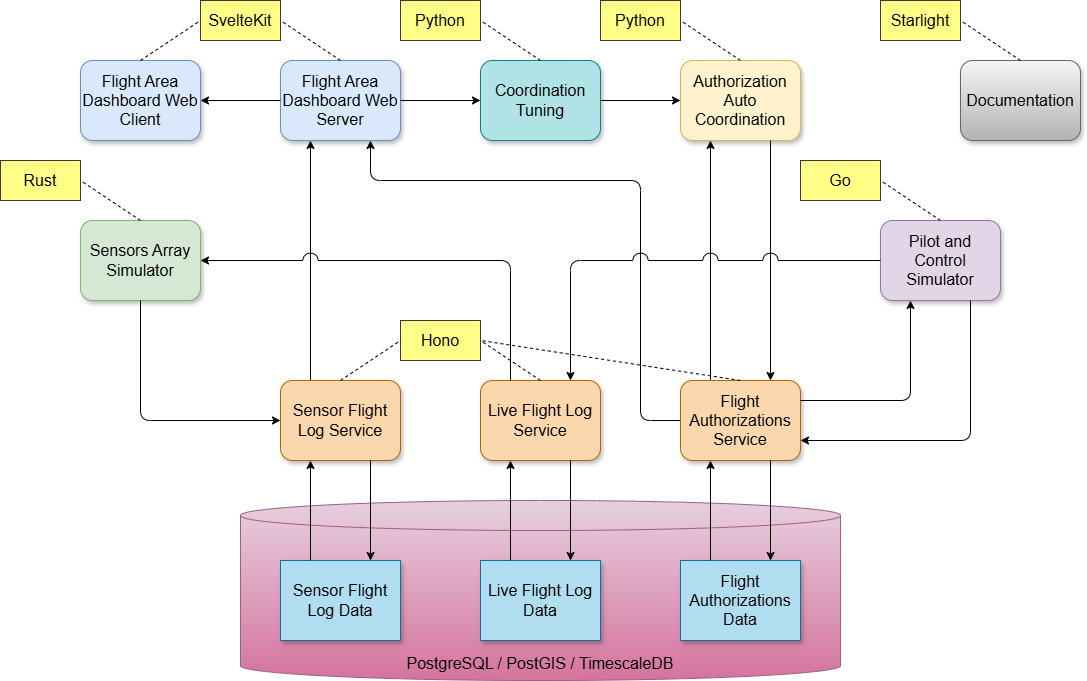
This is documentation/public/images/utmimic-architecture-Overview.drawio.png from martin-nordberg/utmimic, a draw.io export, as it was before one commit. Source tidied: cells renumbered, new cells last; positions are measured from the earlier drawing's top-left corner, leaving out a move shared by most shapes.
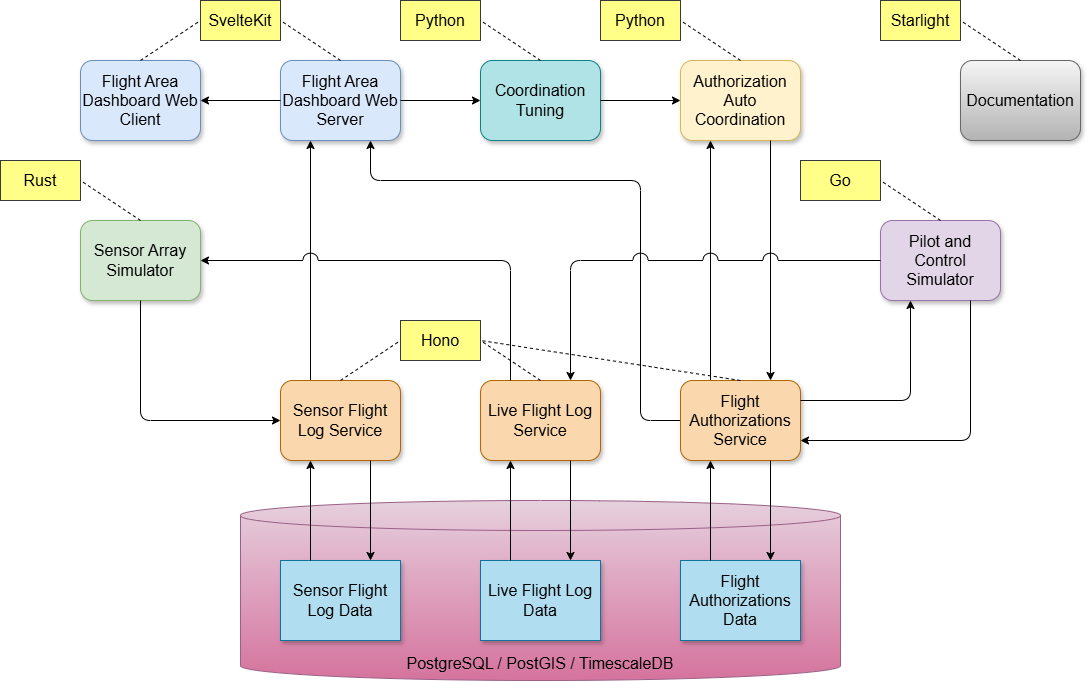
Later version of the same file.

Commit message:
Add sensor array simulator spec

Diff of the diagram source:
```diff
@@ -80,7 +80,7 @@
     <mxCell id="25" style="endArrow=classic;html=1;rounded=0;exitX=0.25;exitY=0;exitDx=0;exitDy=0;entryX=0.25;entryY=1;entryDx=0;entryDy=0;" parent="1" edge="1" source="6" target="23">
       <mxGeometry relative="1" as="geometry" />
     </mxCell>
-    <mxCell id="26" value="Sensors Array Simulator" style="rounded=1;whiteSpace=wrap;html=1;fontSize=16;fillColor=#d5e8d4;strokeColor=#82b366;shadow=1;" parent="1" vertex="1">
+    <mxCell id="26" value="Sensor Array Simulator" style="rounded=1;whiteSpace=wrap;html=1;fontSize=16;fillColor=#d5e8d4;strokeColor=#82b366;shadow=1;" parent="1" vertex="1">
       <mxGeometry x="80" y="220" width="120" height="80" as="geometry" />
     </mxCell>
     <mxCell id="27" style="endArrow=classic;html=1;rounded=1;exitX=0.5;exitY=1;exitDx=0;exitDy=0;entryX=0;entryY=0.5;entryDx=0;entryDy=0;curved=0;" parent="1" edge="1" source="26" target="17">
```
